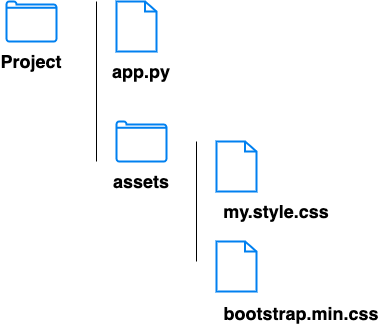
The draw.io diagram Cloud/Cloudera/img/Cloudera_7.png in lin-chen-DLA/lin-chen-DLA.github.io, before a commit. Source tidied: cells renumbered, new cells last; positions are measured from the earlier drawing's top-left corner, leaving out a move shared by most shapes.
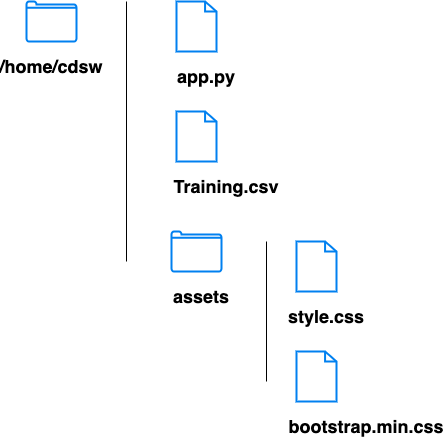
After the commit.

Commit message:
Cloudera Application Update

Diff of the diagram source:
```diff
@@ -2,50 +2,53 @@
   <root>
     <mxCell id="0" />
     <mxCell id="1" parent="0" />
-    <mxCell id="2" style="endArrow=none;html=1;" parent="1" edge="1">
-      <mxGeometry relative="1" as="geometry">
-        <mxPoint x="90" y="160" as="sourcePoint" />
-        <mxPoint x="90" as="targetPoint" />
-      </mxGeometry>
-    </mxCell>
-    <mxCell id="3" style="html=1;verticalLabelPosition=bottom;align=center;labelBackgroundColor=#ffffff;verticalAlign=top;strokeWidth=2;strokeColor=#0080F0;shadow=0;dashed=0;shape=mxgraph.ios7.icons.folder;" parent="1" vertex="1">
-      <mxGeometry width="50" height="40" as="geometry" />
-    </mxCell>
-    <mxCell id="4" style="html=1;verticalLabelPosition=bottom;align=center;labelBackgroundColor=#ffffff;verticalAlign=top;strokeWidth=2;strokeColor=#0080F0;shadow=0;dashed=0;shape=mxgraph.ios7.icons.folder;" parent="1" vertex="1">
-      <mxGeometry x="110" y="120" width="50" height="40" as="geometry" />
-    </mxCell>
-    <mxCell id="5" style="html=1;verticalLabelPosition=bottom;align=center;labelBackgroundColor=#ffffff;verticalAlign=top;strokeWidth=2;strokeColor=#0080F0;shadow=0;dashed=0;shape=mxgraph.ios7.icons.document;" parent="1" vertex="1">
-      <mxGeometry x="110" width="40" height="50" as="geometry" />
-    </mxCell>
-    <mxCell id="6" style="endArrow=none;html=1;" parent="1" edge="1">
-      <mxGeometry relative="1" as="geometry">
-        <mxPoint x="190" y="260" as="sourcePoint" />
-        <mxPoint x="190" y="140" as="targetPoint" />
-      </mxGeometry>
-    </mxCell>
-    <mxCell id="7" style="html=1;verticalLabelPosition=bottom;align=center;labelBackgroundColor=#ffffff;verticalAlign=top;strokeWidth=2;strokeColor=#0080F0;shadow=0;dashed=0;shape=mxgraph.ios7.icons.document;" parent="1" vertex="1">
-      <mxGeometry x="210" y="140" width="40" height="50" as="geometry" />
-    </mxCell>
-    <mxCell id="8" style="html=1;verticalLabelPosition=bottom;align=center;labelBackgroundColor=#ffffff;verticalAlign=top;strokeWidth=2;strokeColor=#0080F0;shadow=0;dashed=0;shape=mxgraph.ios7.icons.document;" parent="1" vertex="1">
-      <mxGeometry x="210" y="240" width="40" height="50" as="geometry" />
-    </mxCell>
-    <mxCell id="9" value="&lt;font style=&quot;font-size: 18px&quot;&gt;&lt;b&gt;Project&lt;/b&gt;&lt;/font&gt;" style="text;html=1;strokeColor=none;fillColor=none;align=center;verticalAlign=middle;whiteSpace=wrap;rounded=0;" parent="1" vertex="1">
-      <mxGeometry x="5" y="50" width="40" height="20" as="geometry" />
-    </mxCell>
+    <mxCell id="15" style="html=1;verticalLabelPosition=bottom;align=center;labelBackgroundColor=#ffffff;verticalAlign=top;strokeWidth=2;strokeColor=#0080F0;shadow=0;dashed=0;shape=mxgraph.ios7.icons.folder;" parent="1" vertex="1">
+      <mxGeometry x="10" y="-40" width="50" height="40" as="geometry" />
+    </mxCell>
+    <mxCell id="16" value="&lt;font style=&quot;font-size: 18px;&quot;&gt;&lt;b&gt;/home/cdsw&lt;/b&gt;&lt;/font&gt;" style="text;html=1;strokeColor=none;fillColor=none;align=center;verticalAlign=middle;whiteSpace=wrap;rounded=0;" parent="1" vertex="1">
+      <mxGeometry x="5" y="10" width="60" height="30" as="geometry" />
+    </mxCell>
+    <mxCell id="17" style="endArrow=none;html=1;rounded=0;" parent="1" edge="1">
+      <mxGeometry relative="1" as="geometry">
+        <mxPoint x="110" y="220" as="sourcePoint" />
+        <mxPoint x="110" y="-40" as="targetPoint" />
+      </mxGeometry>
+    </mxCell>
+    <mxCell id="18" style="html=1;verticalLabelPosition=bottom;align=center;labelBackgroundColor=#ffffff;verticalAlign=top;strokeWidth=2;strokeColor=#0080F0;shadow=0;dashed=0;shape=mxgraph.ios7.icons.document;" parent="1" vertex="1">
+      <mxGeometry x="160" y="-40" width="40" height="50" as="geometry" />
+    </mxCell>
-    <mxCell id="10" value="&lt;font style=&quot;font-size: 18px&quot;&gt;&lt;b&gt;app.py&lt;/b&gt;&lt;/font&gt;" style="text;html=1;strokeColor=none;fillColor=none;align=center;verticalAlign=middle;whiteSpace=wrap;rounded=0;" parent="1" vertex="1">
-      <mxGeometry x="115" y="60" width="40" height="20" as="geometry" />
+    <mxCell id="10" value="&lt;font style=&quot;font-size: 18px;&quot;&gt;&lt;b&gt;app.py&lt;/b&gt;&lt;/font&gt;" style="text;html=1;strokeColor=none;fillColor=none;align=center;verticalAlign=middle;whiteSpace=wrap;rounded=0;" parent="1" vertex="1">
+      <mxGeometry x="160" y="20" width="60" height="30" as="geometry" />
     </mxCell>
+    <mxCell id="19" style="html=1;verticalLabelPosition=bottom;align=center;labelBackgroundColor=#ffffff;verticalAlign=top;strokeWidth=2;strokeColor=#0080F0;shadow=0;dashed=0;shape=mxgraph.ios7.icons.document;" parent="1" vertex="1">
+      <mxGeometry x="160" y="70" width="40" height="50" as="geometry" />
+    </mxCell>
+    <mxCell id="20" value="&lt;font style=&quot;font-size: 18px;&quot;&gt;&lt;b&gt;Training.csv&lt;/b&gt;&lt;/font&gt;" style="text;html=1;strokeColor=none;fillColor=none;align=center;verticalAlign=middle;whiteSpace=wrap;rounded=0;" parent="1" vertex="1">
+      <mxGeometry x="180" y="130" width="60" height="30" as="geometry" />
+    </mxCell>
+    <mxCell id="21" style="html=1;verticalLabelPosition=bottom;align=center;labelBackgroundColor=#ffffff;verticalAlign=top;strokeWidth=2;strokeColor=#0080F0;shadow=0;dashed=0;shape=mxgraph.ios7.icons.folder;" parent="1" vertex="1">
+      <mxGeometry x="155" y="190" width="50" height="40" as="geometry" />
+    </mxCell>
-    <mxCell id="11" value="&lt;font style=&quot;font-size: 18px&quot;&gt;&lt;b&gt;assets&lt;/b&gt;&lt;/font&gt;" style="text;html=1;strokeColor=none;fillColor=none;align=center;verticalAlign=middle;whiteSpace=wrap;rounded=0;" parent="1" vertex="1">
-      <mxGeometry x="115" y="170" width="40" height="20" as="geometry" />
+    <mxCell id="11" value="&lt;span style=&quot;font-size: 18px;&quot;&gt;&lt;b&gt;assets&lt;/b&gt;&lt;/span&gt;" style="text;html=1;strokeColor=none;fillColor=none;align=center;verticalAlign=middle;whiteSpace=wrap;rounded=0;" parent="1" vertex="1">
+      <mxGeometry x="155" y="240" width="60" height="30" as="geometry" />
     </mxCell>
-    <mxCell id="12" value="&lt;span style=&quot;font-size: 18px&quot;&gt;&lt;b&gt;my.style.css&lt;br&gt;&lt;/b&gt;&lt;/span&gt;" style="text;html=1;strokeColor=none;fillColor=none;align=center;verticalAlign=middle;whiteSpace=wrap;rounded=0;" parent="1" vertex="1">
-      <mxGeometry x="250" y="200" width="40" height="20" as="geometry" />
-    </mxCell>
+    <mxCell id="22" style="endArrow=none;html=1;rounded=0;" parent="1" edge="1">
+      <mxGeometry relative="1" as="geometry">
+        <mxPoint x="250" y="340" as="sourcePoint" />
+        <mxPoint x="250" y="200" as="targetPoint" />
+      </mxGeometry>
+    </mxCell>
+    <mxCell id="23" style="html=1;verticalLabelPosition=bottom;align=center;labelBackgroundColor=#ffffff;verticalAlign=top;strokeWidth=2;strokeColor=#0080F0;shadow=0;dashed=0;shape=mxgraph.ios7.icons.document;" parent="1" vertex="1">
+      <mxGeometry x="280" y="200" width="40" height="50" as="geometry" />
+    </mxCell>
+    <mxCell id="24" value="&lt;font style=&quot;font-size: 18px;&quot;&gt;&lt;b&gt;style.css&lt;/b&gt;&lt;/font&gt;" style="text;html=1;strokeColor=none;fillColor=none;align=center;verticalAlign=middle;whiteSpace=wrap;rounded=0;" parent="1" vertex="1">
+      <mxGeometry x="280" y="260" width="60" height="30" as="geometry" />
+    </mxCell>
+    <mxCell id="25" style="html=1;verticalLabelPosition=bottom;align=center;labelBackgroundColor=#ffffff;verticalAlign=top;strokeWidth=2;strokeColor=#0080F0;shadow=0;dashed=0;shape=mxgraph.ios7.icons.document;" parent="1" vertex="1">
+      <mxGeometry x="280" y="310" width="40" height="50" as="geometry" />
+    </mxCell>
-    <mxCell id="13" value="&lt;br&gt;&lt;span style=&quot;font-size: 18px&quot;&gt;&lt;b&gt;bootstrap.min.css&lt;/b&gt;&lt;/span&gt;" style="text;html=1;strokeColor=none;fillColor=none;align=center;verticalAlign=middle;whiteSpace=wrap;rounded=0;" parent="1" vertex="1">
-      <mxGeometry x="210" y="300" width="170" height="10" as="geometry" />
+    <mxCell id="13" value="&lt;font style=&quot;font-size: 18px;&quot;&gt;&lt;b&gt;bootstrap.min.css&lt;/b&gt;&lt;/font&gt;" style="text;html=1;strokeColor=none;fillColor=none;align=center;verticalAlign=middle;whiteSpace=wrap;rounded=0;" parent="1" vertex="1">
+      <mxGeometry x="320" y="370" width="60" height="30" as="geometry" />
     </mxCell>
-    <mxCell id="14" style="edgeStyle=orthogonalEdgeStyle;rounded=0;orthogonalLoop=1;jettySize=auto;html=1;exitX=0.5;exitY=1;exitDx=0;exitDy=0;" parent="1" edge="1" source="13" target="13">
-      <mxGeometry relative="1" as="geometry" />
-    </mxCell>
   </root>
 </mxGraphModel>
```
